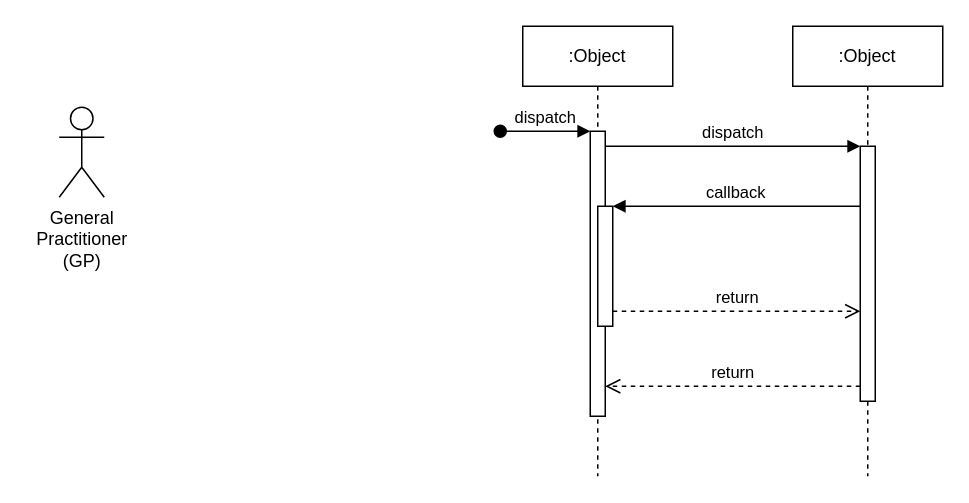
Above: AmirWork/M2/GP_SequenceDiagram.drawio in SENG-350-2024-fall/Team9 (draw.io), before the change. Source tidied: cells renumbered, new cells numbered last; positions are measured from the earlier drawing's top-left corner, leaving out a move shared by most shapes. Both pictures are drawn from the tidied source at 150%, with x=0, y=0 at pixel (58, 26).
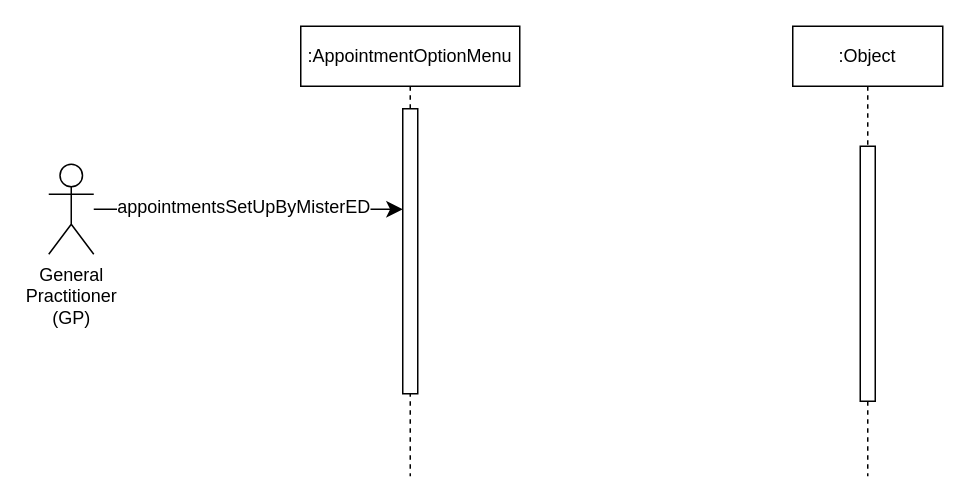
The same page after the edit.

The edit, as a diff of the source:
```diff
@@
 <mxGraphModel background="#ffffff">
   <root>
     <mxCell id="0" />
     <mxCell id="1" parent="0" />
-    <mxCell id="2" value=":Object" style="shape=umlLifeline;perimeter=lifelinePerimeter;whiteSpace=wrap;html=1;newEdgeStyle={&quot;edgeStyle&quot;:&quot;elbowEdgeStyle&quot;,&quot;elbow&quot;:&quot;vertical&quot;,&quot;curved&quot;:0,&quot;rounded&quot;:0};" parent="1" vertex="1">
-      <mxGeometry x="309" width="100" height="300" as="geometry" />
+    <mxCell id="2" value=":AppointmentOptionMenu" style="shape=umlLifeline;perimeter=lifelinePerimeter;whiteSpace=wrap;html=1;newEdgeStyle={&quot;edgeStyle&quot;:&quot;elbowEdgeStyle&quot;,&quot;elbow&quot;:&quot;vertical&quot;,&quot;curved&quot;:0,&quot;rounded&quot;:0};" parent="1" vertex="1">
+      <mxGeometry x="161" width="146" height="300" as="geometry" />
     </mxCell>
     <mxCell id="3" style="html=1;points=[];perimeter=orthogonalPerimeter;outlineConnect=0;targetShapes=umlLifeline;portConstraint=eastwest;newEdgeStyle={&quot;edgeStyle&quot;:&quot;elbowEdgeStyle&quot;,&quot;elbow&quot;:&quot;vertical&quot;,&quot;curved&quot;:0,&quot;rounded&quot;:0};" parent="2" vertex="1">
-      <mxGeometry x="45" y="70" width="10" height="190" as="geometry" />
+      <mxGeometry x="68" y="55" width="10" height="190" as="geometry" />
     </mxCell>
-    <mxCell id="4" value="dispatch" style="html=1;verticalAlign=bottom;startArrow=oval;endArrow=block;startSize=8;edgeStyle=elbowEdgeStyle;elbow=vertical;curved=0;rounded=0;" parent="2" edge="1" target="3">
-      <mxGeometry relative="1" as="geometry">
-        <mxPoint x="-15" y="70" as="sourcePoint" />
-      </mxGeometry>
-    </mxCell>
-    <mxCell id="5" style="html=1;points=[];perimeter=orthogonalPerimeter;outlineConnect=0;targetShapes=umlLifeline;portConstraint=eastwest;newEdgeStyle={&quot;edgeStyle&quot;:&quot;elbowEdgeStyle&quot;,&quot;elbow&quot;:&quot;vertical&quot;,&quot;curved&quot;:0,&quot;rounded&quot;:0};" parent="2" vertex="1">
-      <mxGeometry x="50" y="120" width="10" height="80" as="geometry" />
-    </mxCell>
     <mxCell id="6" value=":Object" style="shape=umlLifeline;perimeter=lifelinePerimeter;whiteSpace=wrap;html=1;newEdgeStyle={&quot;edgeStyle&quot;:&quot;elbowEdgeStyle&quot;,&quot;elbow&quot;:&quot;vertical&quot;,&quot;curved&quot;:0,&quot;rounded&quot;:0};" parent="1" vertex="1">
       <mxGeometry x="489" width="100" height="300" as="geometry" />
     </mxCell>
     <mxCell id="7" style="html=1;points=[];perimeter=orthogonalPerimeter;outlineConnect=0;targetShapes=umlLifeline;portConstraint=eastwest;newEdgeStyle={&quot;edgeStyle&quot;:&quot;elbowEdgeStyle&quot;,&quot;elbow&quot;:&quot;vertical&quot;,&quot;curved&quot;:0,&quot;rounded&quot;:0};" parent="6" vertex="1">
       <mxGeometry x="45" y="80" width="10" height="170" as="geometry" />
     </mxCell>
-    <mxCell id="8" value="dispatch" style="html=1;verticalAlign=bottom;endArrow=block;edgeStyle=elbowEdgeStyle;elbow=vertical;curved=0;rounded=0;" parent="1" edge="1" source="3" target="7">
-      <mxGeometry relative="1" as="geometry">
-        <Array as="points">
-          <mxPoint x="449" y="80" />
-        </Array>
-      </mxGeometry>
-    </mxCell>
-    <mxCell id="9" value="return" style="html=1;verticalAlign=bottom;endArrow=open;dashed=1;endSize=8;edgeStyle=elbowEdgeStyle;elbow=vertical;curved=0;rounded=0;" parent="1" edge="1" source="7" target="3">
-      <mxGeometry relative="1" as="geometry">
-        <Array as="points">
-          <mxPoint x="459" y="240" />
-        </Array>
-      </mxGeometry>
-    </mxCell>
-    <mxCell id="10" value="callback" style="html=1;verticalAlign=bottom;endArrow=block;edgeStyle=elbowEdgeStyle;elbow=vertical;curved=0;rounded=0;" parent="1" edge="1" source="7" target="5">
-      <mxGeometry relative="1" as="geometry">
-        <Array as="points">
-          <mxPoint x="459" y="120" />
-        </Array>
-      </mxGeometry>
-    </mxCell>
-    <mxCell id="11" value="return" style="html=1;verticalAlign=bottom;endArrow=open;dashed=1;endSize=8;edgeStyle=elbowEdgeStyle;elbow=vertical;curved=0;rounded=0;" parent="1" edge="1" source="5" target="7">
-      <mxGeometry relative="1" as="geometry">
-        <Array as="points">
-          <mxPoint x="449" y="190" />
-        </Array>
-      </mxGeometry>
-    </mxCell>
+    <mxCell id="13" value="appointmentsSetUpByMisterED" style="edgeStyle=none;curved=1;rounded=0;jettySize=auto;html=1;fontSize=12;startSize=8;endSize=8;" parent="1" edge="1" source="12" target="3">
+      <mxGeometry x="-0.03" y="1" relative="1" as="geometry" />
+    </mxCell>
     <mxCell id="12" value="&lt;span style=&quot;font-size: 12px;&quot;&gt;General&lt;/span&gt;&lt;div&gt;&lt;span style=&quot;font-size: 12px;&quot;&gt;Practitioner&lt;/span&gt;&lt;br&gt;&lt;/div&gt;&lt;div&gt;&lt;span style=&quot;font-size: 12px;&quot;&gt;(GP)&lt;/span&gt;&lt;/div&gt;" style="shape=umlActor;verticalLabelPosition=bottom;verticalAlign=top;html=1;outlineConnect=0;" parent="1" vertex="1">
-      <mxGeometry y="54" width="30" height="60" as="geometry" />
+      <mxGeometry x="-7" y="92" width="30" height="60" as="geometry" />
     </mxCell>
   </root>
 </mxGraphModel>
```
